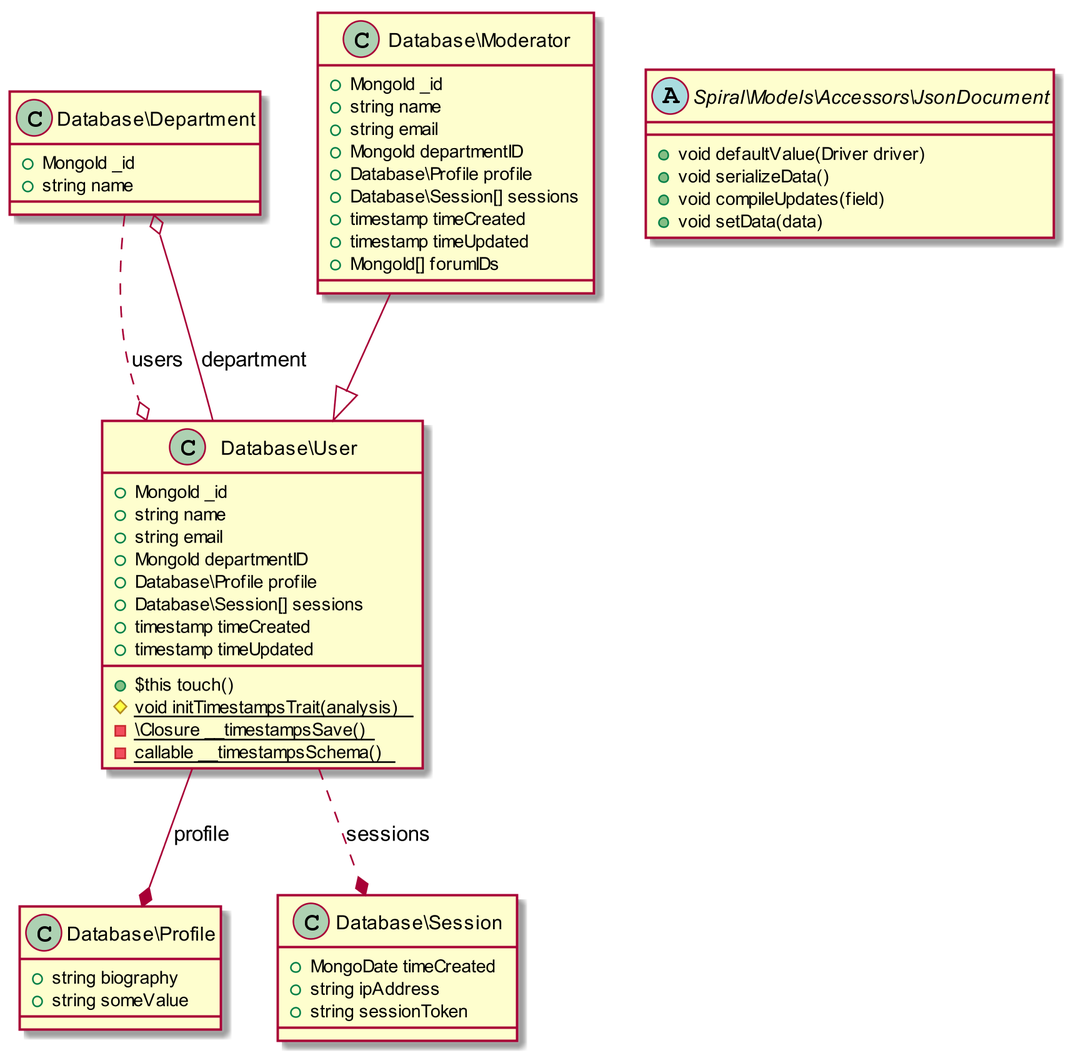
This is resources/uml.png from spiral/docs, a PlantUML export, as it was before one commit.
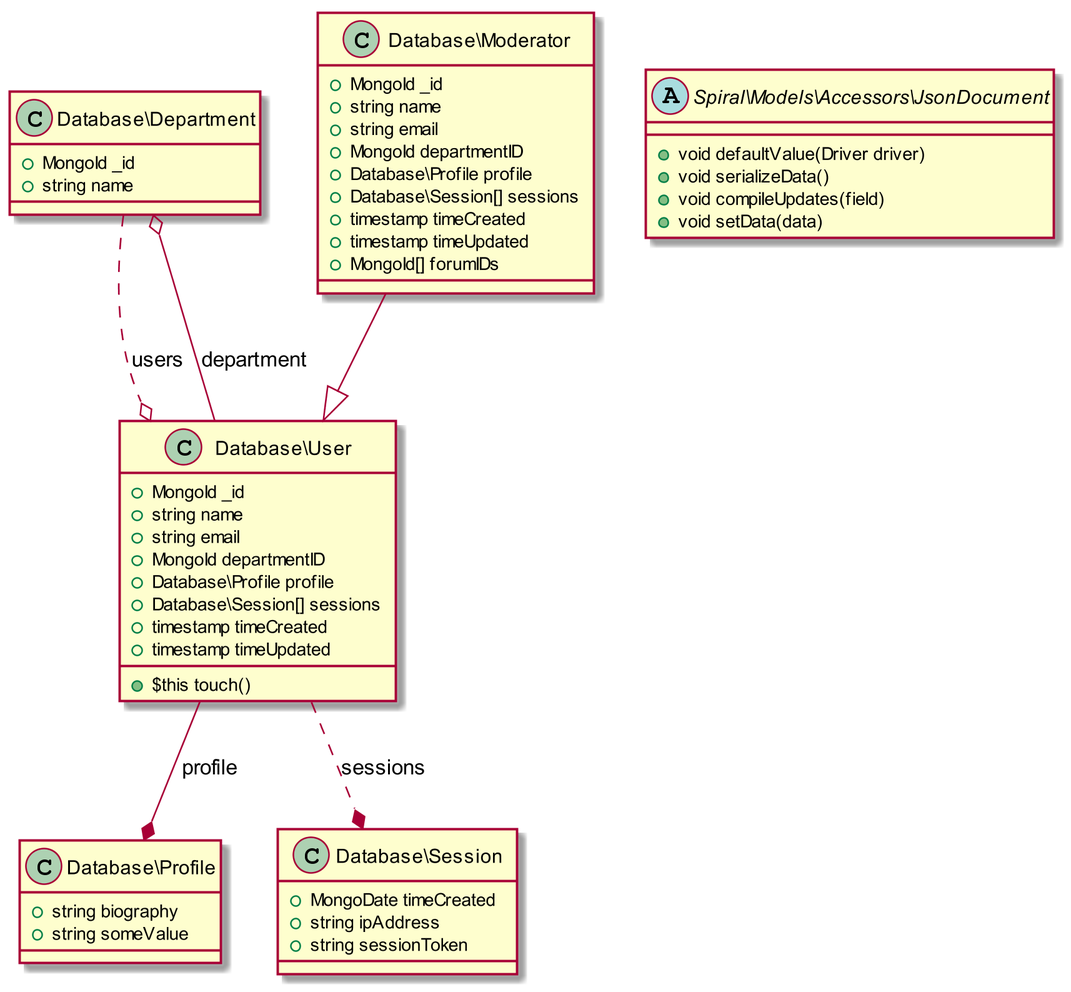
Later version of the same file.

Change to the diagram source:
```diff
@@ -41,9 +41,6 @@
   + timestamp timeCreated
   + timestamp timeUpdated
   + $this touch()
-  {static} # void initTimestampsTrait(analysis)
-  {static} - \Closure __timestampsSave()
-  {static} - callable __timestampsSchema()
 }
 
 "Database\\User" --* "Database\\Profile":profile
```
